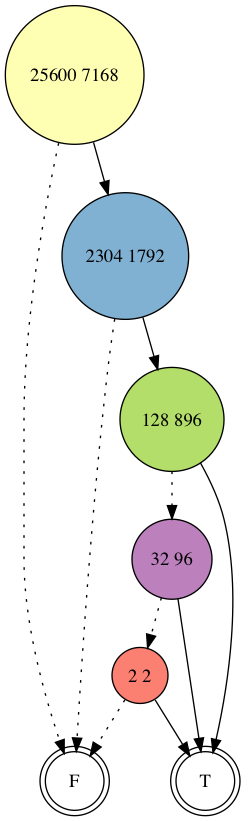
This is OCaml/test2.png from Bluescreen-Muc/BddApprox, a Graphviz export, as it was before one commit. Its source is kept beside it as OCaml/test2.dot.
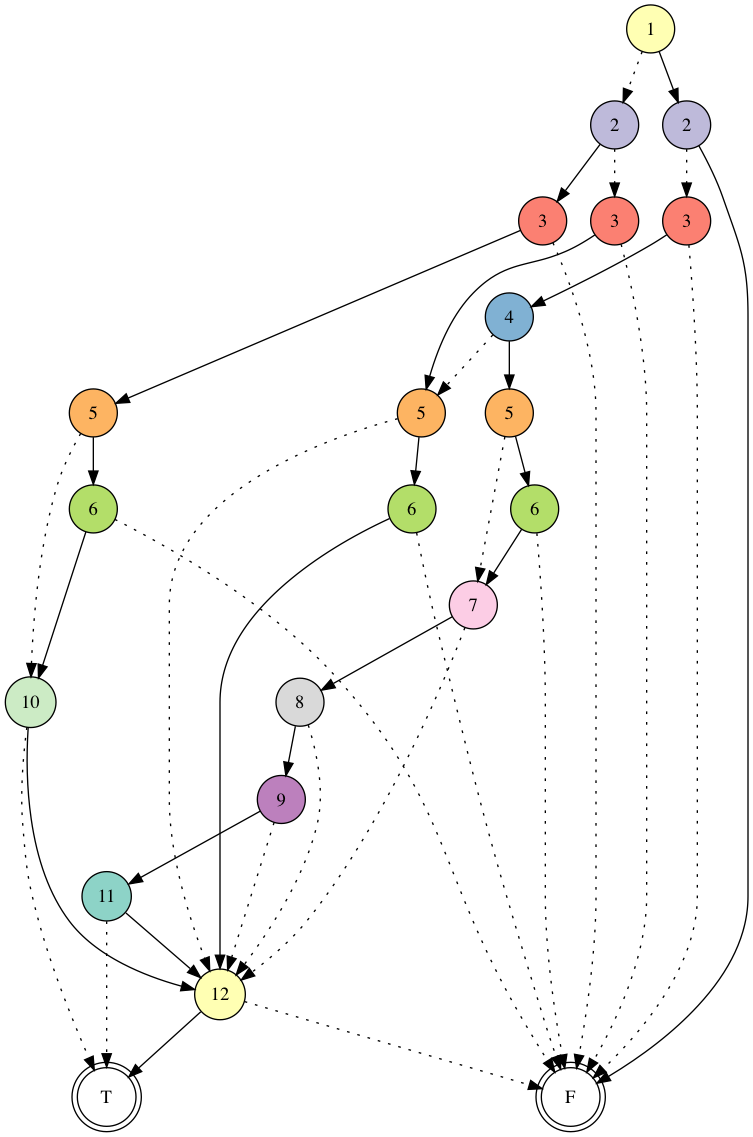
The same file after the commit.

The edit, as a diff of the source:
```diff
@@ -6,79 +6,97 @@
 		];
 {
 graph [rank=same];
-437121	[fillcolor=2, label="832 31936", rank=1];
+4739	[fillcolor=2, label=1, rank=1];
 }
 {
 graph [rank=same];
-437120	[fillcolor=5, label="208 3888", rank=2];
+4732	[fillcolor=3, label=2, rank=2];
+4738	[fillcolor=3, label=2, rank=2];
 }
 {
 graph [rank=same];
-437119	[fillcolor=7, label="104 920", rank=3];
+4736	[fillcolor=4, label=3, rank=3];
+4737	[fillcolor=4, label=3, rank=3];
+4731	[fillcolor=4, label=3, rank=3];
 }
 {
 graph [rank=same];
-437118	[fillcolor=8, label="104 408", rank=4];
+4730	[fillcolor=5, label=4, rank=4];
 }
 {
 graph [rank=same];
-437113	[fillcolor=9, label="24 232", rank=5];
-437117	[fillcolor=9, label="80 176", rank=5];
+4727	[fillcolor=6, label=5, rank=5];
+4729	[fillcolor=6, label=5, rank=5];
+4735	[fillcolor=6, label=5, rank=5];
 }
 {
 graph [rank=same];
-437112	[fillcolor=10, label="16 112", rank=6];
-437109	[fillcolor=10, label="8 120", rank=6];
-437115	[fillcolor=10, label="16 112", rank=6];
+4734	[fillcolor=7, label=6, rank=6];
+4728	[fillcolor=7, label=6, rank=6];
+4726	[fillcolor=7, label=6, rank=6];
 }
 {
 graph [rank=same];
-437108	[fillcolor=11, label="8 56", rank=7];
-437111	[fillcolor=11, label="16 48", rank=7];
-437116	[fillcolor=11, label="32 32", rank=7];
-437114	[fillcolor=11, label="16 48", rank=7];
+4725	[fillcolor=8, label=7, rank=7];
 }
 {
 graph [rank=same];
-437110	[fillcolor=1, label="16 16", rank=8];
-437107	[fillcolor=1, label="8 24", rank=8];
+4724	[fillcolor=9, label=8, rank=8];
 }
 {
 graph [rank=same];
-437106	[fillcolor=5, label="1 1", rank=9];
+4723	[fillcolor=10, label=9, rank=9];
+}
+{
+graph [rank=same];
+4733	[fillcolor=11, label=10, rank=10];
+}
+{
+graph [rank=same];
+4722	[fillcolor=1, label=11, rank=11];
+}
+{
+graph [rank=same];
+4721	[fillcolor=2, label=12, rank=12];
 }
 0	 [fillcolor=White, label=F, rank=None, shape=doublecircle];
 1	 [fillcolor=White, label=T, rank=None, shape=doublecircle];
-437120 -> 437119 		[style=dotted];
-437120 -> 1
-437117 -> 437116 		[style=dotted];
-437117 -> 437115
-437114 -> 437106 		[style=dotted];
-437114 -> 1
-437116 -> 0 		[style=dotted];
-437116 -> 1
-437111 -> 437110 		[style=dotted];
-437111 -> 1
-437115 -> 437114 		[style=dotted];
-437115 -> 1
-437107 -> 437106 		[style=dotted];
-437107 -> 1
-437118 -> 437117 		[style=dotted];
-437118 -> 437113
-437109 -> 437108 		[style=dotted];
-437109 -> 1
-437108 -> 437107 		[style=dotted];
-437108 -> 1
-437113 -> 437112 		[style=dotted];
-437113 -> 437109
-437106 -> 0 		[style=dotted];
-437106 -> 1
-437119 -> 1 		[style=dotted];
-437119 -> 437118
-437110 -> 0 		[style=dotted];
-437110 -> 1
-437112 -> 437111 		[style=dotted];
-437112 -> 1
-437121 -> 437120 		[style=dotted];
-437121 -> 1
+4738 -> 4737 		[style=dotted];
+4738 -> 4736
+4732 -> 4731 		[style=dotted];
+4732 -> 0
+4726 -> 0 		[style=dotted];
+4726 -> 4725
+4731 -> 0 		[style=dotted];
+4731 -> 4730
+4735 -> 4733 		[style=dotted];
+4735 -> 4734
+4728 -> 0 		[style=dotted];
+4728 -> 4721
+4725 -> 4721 		[style=dotted];
+4725 -> 4724
+4721 -> 0 		[style=dotted];
+4721 -> 1
+4737 -> 0 		[style=dotted];
+4737 -> 4729
+4724 -> 4721 		[style=dotted];
+4724 -> 4723
+4723 -> 4721 		[style=dotted];
+4723 -> 4722
+4734 -> 0 		[style=dotted];
+4734 -> 4733
+4733 -> 1 		[style=dotted];
+4733 -> 4721
+4729 -> 4721 		[style=dotted];
+4729 -> 4728
+4730 -> 4729 		[style=dotted];
+4730 -> 4727
+4722 -> 1 		[style=dotted];
+4722 -> 4721
+4739 -> 4738 		[style=dotted];
+4739 -> 4732
+4727 -> 4725 		[style=dotted];
+4727 -> 4726
+4736 -> 0 		[style=dotted];
+4736 -> 4735
 }
```
